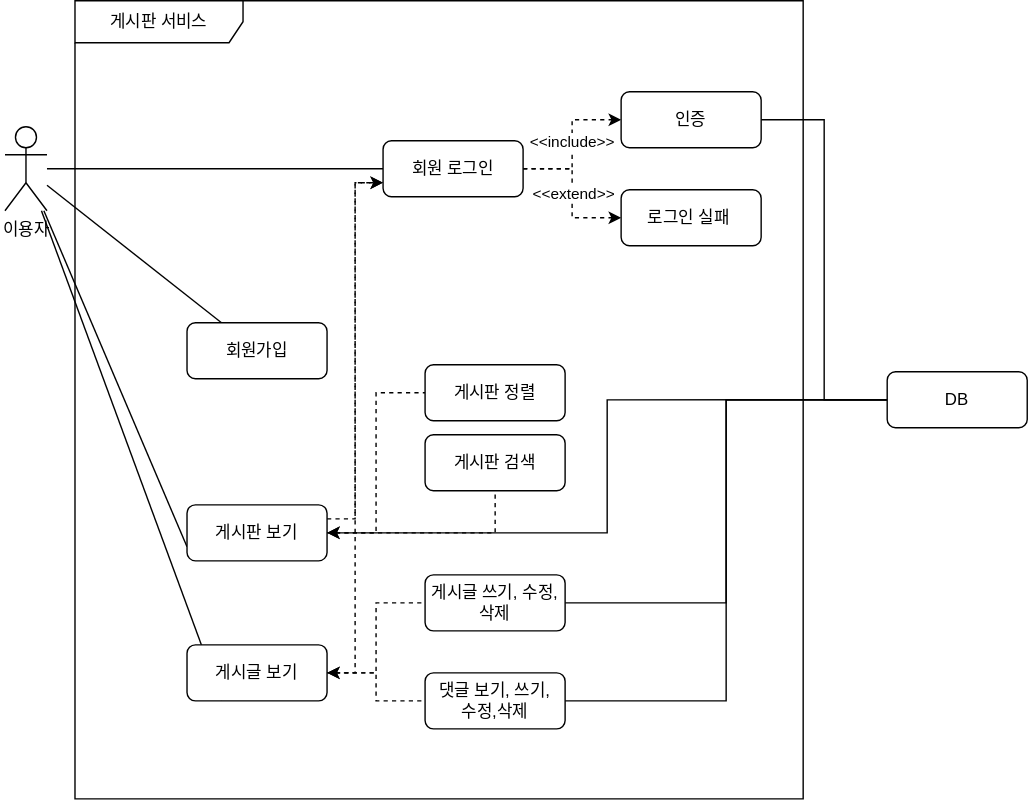
Above: documents/use_case.drawio.svg in Yangrangrang/spring-workspace (draw.io), before the change. Source tidied: cells renumbered, new cells last; positions are measured from the earlier drawing's top-left corner, leaving out a move shared by most shapes.
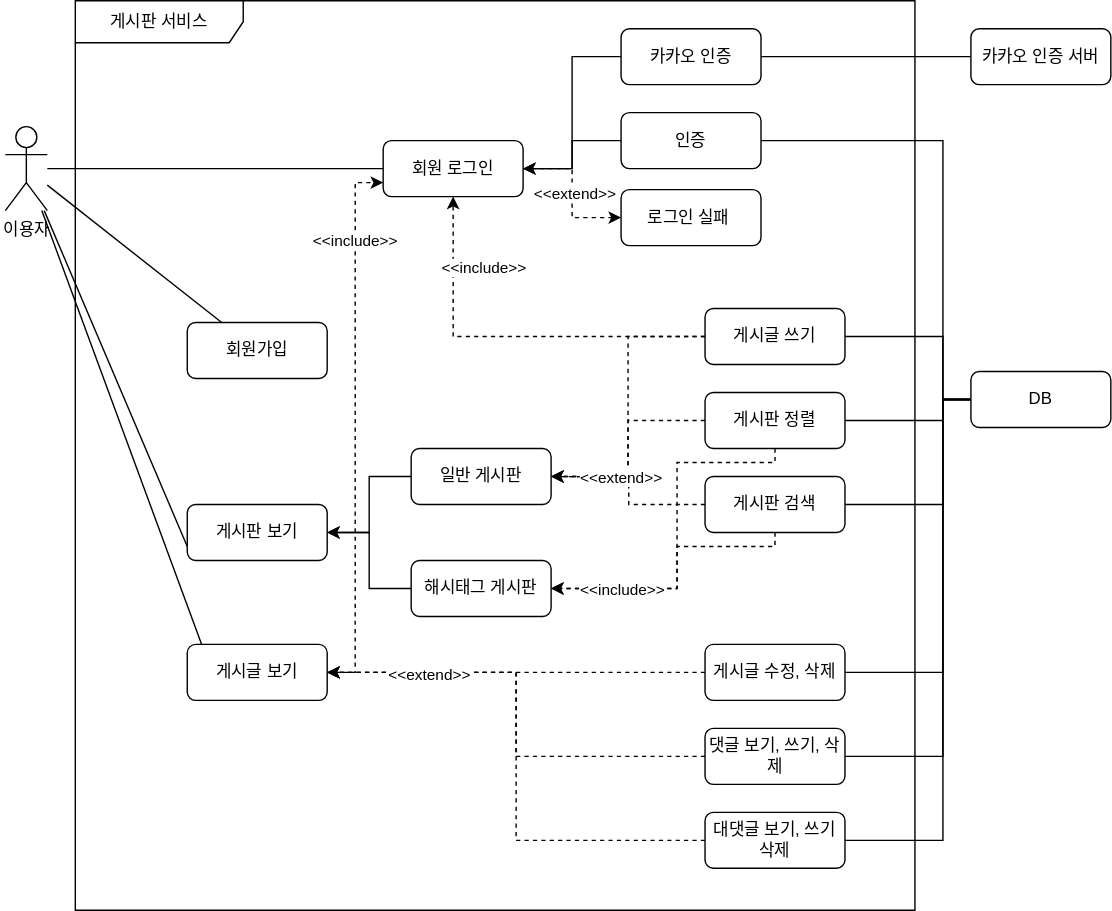
The same diagram one commit later.

Commit message:
#60 - use-case.svg: 카카오 인증 유즈 케이스 추가 (대댓글은 미리 표현하였음)

The edit, as a diff of the source:
```diff
@@ -18,37 +18,14 @@
       <mxGeometry y="90" width="30" height="60" as="geometry" />
     </mxCell>
     <mxCell id="7" value="&lt;font style=&quot;font-size: 12px;&quot;&gt;게시판 서비스&lt;/font&gt;" style="shape=umlFrame;whiteSpace=wrap;html=1;width=120;height=30;" parent="1" vertex="1">
-      <mxGeometry x="50" width="520" height="570" as="geometry" />
+      <mxGeometry x="50" width="600" height="650" as="geometry" />
     </mxCell>
     <mxCell id="8" value="회원가입" style="rounded=1;whiteSpace=wrap;html=1;" parent="1" vertex="1">
       <mxGeometry x="130" y="230" width="100" height="40" as="geometry" />
     </mxCell>
-    <mxCell id="9" style="edgeStyle=orthogonalEdgeStyle;rounded=0;jettySize=auto;html=1;entryX=0;entryY=0.5;entryDx=0;entryDy=0;endArrow=none;endFill=0;dashed=1;startArrow=classic;startFill=1;" parent="1" edge="1" source="13" target="23">
-      <mxGeometry relative="1" as="geometry" />
-    </mxCell>
-    <mxCell id="10" style="edgeStyle=orthogonalEdgeStyle;rounded=0;jettySize=auto;html=1;dashed=1;endArrow=none;endFill=0;startArrow=classic;startFill=1;" parent="1" edge="1" source="13" target="24">
-      <mxGeometry relative="1" as="geometry" />
-    </mxCell>
-    <mxCell id="11" style="edgeStyle=orthogonalEdgeStyle;rounded=0;jettySize=auto;html=1;dashed=1;" parent="1" edge="1" source="13" target="22">
-      <mxGeometry relative="1" as="geometry">
-        <Array as="points">
-          <mxPoint x="250" y="370" />
-          <mxPoint x="250" y="130" />
-        </Array>
-      </mxGeometry>
-    </mxCell>
-    <mxCell id="12" style="edgeStyle=orthogonalEdgeStyle;rounded=0;jettySize=auto;html=1;entryX=0;entryY=0.5;entryDx=0;entryDy=0;endArrow=none;endFill=0;" parent="1" edge="1" source="13" target="32">
-      <mxGeometry relative="1" as="geometry" />
-    </mxCell>
     <mxCell id="13" value="게시판 보기" style="rounded=1;whiteSpace=wrap;html=1;" parent="1" vertex="1">
       <mxGeometry x="130" y="360" width="100" height="40" as="geometry" />
     </mxCell>
-    <mxCell id="14" style="edgeStyle=orthogonalEdgeStyle;rounded=0;jettySize=auto;html=1;entryX=0;entryY=0.5;entryDx=0;entryDy=0;endArrow=none;endFill=0;dashed=1;startArrow=classic;startFill=1;" parent="1" edge="1" source="17" target="26">
-      <mxGeometry relative="1" as="geometry" />
-    </mxCell>
-    <mxCell id="15" style="edgeStyle=orthogonalEdgeStyle;rounded=0;jettySize=auto;html=1;endArrow=none;endFill=0;dashed=1;startArrow=classic;startFill=1;" parent="1" edge="1" source="17" target="28">
-      <mxGeometry relative="1" as="geometry" />
-    </mxCell>
     <mxCell id="16" style="edgeStyle=orthogonalEdgeStyle;rounded=0;jettySize=auto;html=1;dashed=1;" parent="1" edge="1" source="17" target="22">
       <mxGeometry relative="1" as="geometry">
         <Array as="points">
@@ -57,15 +34,17 @@
         </Array>
       </mxGeometry>
     </mxCell>
+    <mxCell id="33" value="&amp;lt;&amp;lt;include&amp;gt;&amp;gt;" style="edgeLabel;html=1;align=center;verticalAlign=middle;" parent="16" vertex="1">
+      <mxGeometry x="0.14" y="1" relative="1" as="geometry">
+        <mxPoint y="-107" as="offset" />
+      </mxGeometry>
+    </mxCell>
     <mxCell id="17" value="게시글 보기" style="rounded=1;whiteSpace=wrap;html=1;" parent="1" vertex="1">
       <mxGeometry x="130" y="460" width="100" height="40" as="geometry" />
     </mxCell>
-    <mxCell id="18" style="edgeStyle=orthogonalEdgeStyle;rounded=0;jettySize=auto;html=1;dashed=1;" parent="1" edge="1" source="22" target="30">
+    <mxCell id="18" style="edgeStyle=orthogonalEdgeStyle;rounded=0;jettySize=auto;html=1;startArrow=classic;startFill=1;endArrow=none;endFill=0;" parent="1" edge="1" source="22" target="30">
       <mxGeometry relative="1" as="geometry" />
     </mxCell>
-    <mxCell id="19" value="&amp;lt;&amp;lt;include&amp;gt;&amp;gt;" style="edgeLabel;html=1;align=center;verticalAlign=middle;" parent="18" vertex="1">
-      <mxGeometry x="0.04" relative="1" as="geometry" />
-    </mxCell>
     <mxCell id="20" style="edgeStyle=orthogonalEdgeStyle;rounded=0;jettySize=auto;html=1;dashed=1;" parent="1" edge="1" source="22" target="31">
       <mxGeometry relative="1" as="geometry" />
     </mxCell>
@@ -75,35 +54,172 @@
     <mxCell id="22" value="회원 로그인" style="rounded=1;whiteSpace=wrap;html=1;" parent="1" vertex="1">
       <mxGeometry x="270" y="100" width="100" height="40" as="geometry" />
     </mxCell>
-    <mxCell id="23" value="게시판 정렬" style="rounded=1;whiteSpace=wrap;html=1;" parent="1" vertex="1">
-      <mxGeometry x="300" y="260" width="100" height="40" as="geometry" />
-    </mxCell>
-    <mxCell id="24" value="게시판 검색" style="rounded=1;whiteSpace=wrap;html=1;" parent="1" vertex="1">
-      <mxGeometry x="300" y="310" width="100" height="40" as="geometry" />
-    </mxCell>
-    <mxCell id="25" style="edgeStyle=orthogonalEdgeStyle;rounded=0;jettySize=auto;html=1;entryX=0;entryY=0.5;entryDx=0;entryDy=0;endArrow=none;endFill=0;" parent="1" edge="1" source="26" target="32">
-      <mxGeometry relative="1" as="geometry" />
-    </mxCell>
-    <mxCell id="26" value="게시글 쓰기, 수정, 삭제" style="rounded=1;whiteSpace=wrap;html=1;" parent="1" vertex="1">
-      <mxGeometry x="300" y="410" width="100" height="40" as="geometry" />
-    </mxCell>
-    <mxCell id="27" style="edgeStyle=orthogonalEdgeStyle;rounded=0;jettySize=auto;html=1;entryX=0;entryY=0.5;entryDx=0;entryDy=0;endArrow=none;endFill=0;" parent="1" edge="1" source="28" target="32">
-      <mxGeometry relative="1" as="geometry" />
-    </mxCell>
-    <mxCell id="28" value="댓글 보기, 쓰기,&lt;br&gt;수정,삭제" style="rounded=1;whiteSpace=wrap;html=1;" parent="1" vertex="1">
-      <mxGeometry x="300" y="480" width="100" height="40" as="geometry" />
-    </mxCell>
     <mxCell id="29" style="edgeStyle=orthogonalEdgeStyle;rounded=0;jettySize=auto;html=1;entryX=0;entryY=0.5;entryDx=0;entryDy=0;endArrow=none;endFill=0;" parent="1" edge="1" source="30" target="32">
-      <mxGeometry relative="1" as="geometry" />
+      <mxGeometry relative="1" as="geometry">
+        <Array as="points">
+          <mxPoint x="670" y="100" />
+          <mxPoint x="670" y="285" />
+        </Array>
+      </mxGeometry>
     </mxCell>
     <mxCell id="30" value="인증" style="rounded=1;whiteSpace=wrap;html=1;" parent="1" vertex="1">
-      <mxGeometry x="440" y="65" width="100" height="40" as="geometry" />
+      <mxGeometry x="440" y="80" width="100" height="40" as="geometry" />
     </mxCell>
     <mxCell id="31" value="로그인 실패&amp;nbsp;" style="rounded=1;whiteSpace=wrap;html=1;" parent="1" vertex="1">
       <mxGeometry x="440" y="135" width="100" height="40" as="geometry" />
     </mxCell>
     <mxCell id="32" value="DB" style="rounded=1;whiteSpace=wrap;html=1;" parent="1" vertex="1">
-      <mxGeometry x="630" y="265" width="100" height="40" as="geometry" />
+      <mxGeometry x="690" y="265" width="100" height="40" as="geometry" />
     </mxCell>
+    <mxCell id="34" style="edgeStyle=orthogonalEdgeStyle;rounded=0;jettySize=auto;html=1;entryX=1;entryY=0.5;entryDx=0;entryDy=0;" parent="1" edge="1" source="35" target="22">
+      <mxGeometry relative="1" as="geometry" />
+    </mxCell>
+    <mxCell id="35" value="카카오 인증" style="rounded=1;whiteSpace=wrap;html=1;" parent="1" vertex="1">
+      <mxGeometry x="440" y="20" width="100" height="40" as="geometry" />
+    </mxCell>
+    <mxCell id="36" style="edgeStyle=orthogonalEdgeStyle;rounded=0;jettySize=auto;html=1;endArrow=none;endFill=0;" parent="1" edge="1" source="37" target="35">
+      <mxGeometry relative="1" as="geometry" />
+    </mxCell>
+    <mxCell id="37" value="카카오 인증 서버" style="rounded=1;whiteSpace=wrap;html=1;" parent="1" vertex="1">
+      <mxGeometry x="690" y="20" width="100" height="40" as="geometry" />
+    </mxCell>
+    <mxCell id="38" style="edgeStyle=orthogonalEdgeStyle;rounded=0;jettySize=auto;html=1;entryX=1;entryY=0.5;entryDx=0;entryDy=0;" parent="1" edge="1" source="39" target="13">
+      <mxGeometry relative="1" as="geometry" />
+    </mxCell>
+    <mxCell id="39" value="일반 게시판" style="rounded=1;whiteSpace=wrap;html=1;" parent="1" vertex="1">
+      <mxGeometry x="290" y="320" width="100" height="40" as="geometry" />
+    </mxCell>
+    <mxCell id="40" style="edgeStyle=orthogonalEdgeStyle;rounded=0;jettySize=auto;html=1;entryX=1;entryY=0.5;entryDx=0;entryDy=0;" parent="1" edge="1" source="41" target="13">
+      <mxGeometry relative="1" as="geometry" />
+    </mxCell>
+    <mxCell id="41" value="해시태그 게시판" style="rounded=1;whiteSpace=wrap;html=1;" parent="1" vertex="1">
+      <mxGeometry x="290" y="400" width="100" height="40" as="geometry" />
+    </mxCell>
+    <mxCell id="42" style="edgeStyle=orthogonalEdgeStyle;rounded=0;jettySize=auto;html=1;entryX=0.5;entryY=1;entryDx=0;entryDy=0;dashed=1;" parent="1" edge="1" source="46" target="22">
+      <mxGeometry relative="1" as="geometry" />
+    </mxCell>
+    <mxCell id="43" value="&amp;lt;&amp;lt;include&amp;gt;&amp;gt;" style="edgeLabel;html=1;align=center;verticalAlign=middle;" parent="42" vertex="1">
+      <mxGeometry x="-0.08" y="2" relative="1" as="geometry">
+        <mxPoint x="-30" y="-52" as="offset" />
+      </mxGeometry>
+    </mxCell>
+    <mxCell id="44" style="edgeStyle=orthogonalEdgeStyle;rounded=0;jettySize=auto;html=1;entryX=1;entryY=0.5;entryDx=0;entryDy=0;dashed=1;" parent="1" edge="1" source="46" target="39">
+      <mxGeometry relative="1" as="geometry" />
+    </mxCell>
+    <mxCell id="45" style="edgeStyle=orthogonalEdgeStyle;rounded=0;jettySize=auto;html=1;entryX=0;entryY=0.5;entryDx=0;entryDy=0;endArrow=none;endFill=0;" parent="1" edge="1" source="46" target="32">
+      <mxGeometry relative="1" as="geometry">
+        <Array as="points">
+          <mxPoint x="670" y="240" />
+          <mxPoint x="670" y="285" />
+        </Array>
+      </mxGeometry>
+    </mxCell>
+    <mxCell id="46" value="게시글 쓰기" style="rounded=1;whiteSpace=wrap;html=1;" parent="1" vertex="1">
+      <mxGeometry x="500" y="220" width="100" height="40" as="geometry" />
+    </mxCell>
+    <mxCell id="47" style="edgeStyle=orthogonalEdgeStyle;rounded=0;jettySize=auto;html=1;entryX=1;entryY=0.5;entryDx=0;entryDy=0;dashed=1;" parent="1" edge="1" source="23" target="39">
+      <mxGeometry relative="1" as="geometry" />
+    </mxCell>
+    <mxCell id="48" style="edgeStyle=orthogonalEdgeStyle;rounded=0;jettySize=auto;html=1;exitX=0.5;exitY=1;exitDx=0;exitDy=0;dashed=1;" parent="1" edge="1" source="23">
+      <mxGeometry relative="1" as="geometry">
+        <mxPoint x="390" y="420" as="targetPoint" />
+        <Array as="points">
+          <mxPoint x="550" y="330" />
+          <mxPoint x="480" y="330" />
+          <mxPoint x="480" y="420" />
+        </Array>
+      </mxGeometry>
+    </mxCell>
+    <mxCell id="49" style="edgeStyle=orthogonalEdgeStyle;rounded=0;jettySize=auto;html=1;endArrow=none;endFill=0;" parent="1" edge="1" source="23" target="32">
+      <mxGeometry relative="1" as="geometry">
+        <Array as="points">
+          <mxPoint x="670" y="300" />
+          <mxPoint x="670" y="285" />
+        </Array>
+      </mxGeometry>
+    </mxCell>
+    <mxCell id="23" value="게시판 정렬" style="rounded=1;whiteSpace=wrap;html=1;" parent="1" vertex="1">
+      <mxGeometry x="500" y="280" width="100" height="40" as="geometry" />
+    </mxCell>
+    <mxCell id="50" style="edgeStyle=orthogonalEdgeStyle;rounded=0;jettySize=auto;html=1;dashed=1;" parent="1" edge="1" source="24">
+      <mxGeometry relative="1" as="geometry">
+        <mxPoint x="390" y="340" as="targetPoint" />
+      </mxGeometry>
+    </mxCell>
+    <mxCell id="51" value="&amp;lt;&amp;lt;extend&amp;gt;&amp;gt;" style="edgeLabel;html=1;align=center;verticalAlign=middle;" parent="50" vertex="1">
+      <mxGeometry x="0.59" y="-1" relative="1" as="geometry">
+        <mxPoint x="23" y="1" as="offset" />
+      </mxGeometry>
+    </mxCell>
+    <mxCell id="52" style="edgeStyle=orthogonalEdgeStyle;rounded=0;jettySize=auto;html=1;entryX=1;entryY=0.5;entryDx=0;entryDy=0;exitX=0.5;exitY=1;exitDx=0;exitDy=0;dashed=1;" parent="1" edge="1" source="24" target="41">
+      <mxGeometry relative="1" as="geometry">
+        <Array as="points">
+          <mxPoint x="550" y="390" />
+          <mxPoint x="480" y="390" />
+          <mxPoint x="480" y="420" />
+        </Array>
+      </mxGeometry>
+    </mxCell>
+    <mxCell id="53" value="&amp;lt;&amp;lt;include&amp;gt;&amp;gt;" style="edgeLabel;html=1;align=center;verticalAlign=middle;" parent="52" vertex="1">
+      <mxGeometry x="0.43" y="1" relative="1" as="geometry">
+        <mxPoint x="-7" y="-1" as="offset" />
+      </mxGeometry>
+    </mxCell>
+    <mxCell id="54" style="edgeStyle=orthogonalEdgeStyle;rounded=0;jettySize=auto;html=1;entryX=0;entryY=0.5;entryDx=0;entryDy=0;endArrow=none;endFill=0;" parent="1" edge="1" source="24" target="32">
+      <mxGeometry relative="1" as="geometry">
+        <Array as="points">
+          <mxPoint x="670" y="360" />
+          <mxPoint x="670" y="285" />
+        </Array>
+      </mxGeometry>
+    </mxCell>
+    <mxCell id="24" value="게시판 검색" style="rounded=1;whiteSpace=wrap;html=1;" parent="1" vertex="1">
+      <mxGeometry x="500" y="340" width="100" height="40" as="geometry" />
+    </mxCell>
+    <mxCell id="55" style="edgeStyle=orthogonalEdgeStyle;rounded=0;jettySize=auto;html=1;dashed=1;" parent="1" edge="1" source="57" target="17">
+      <mxGeometry relative="1" as="geometry" />
+    </mxCell>
+    <mxCell id="56" style="edgeStyle=orthogonalEdgeStyle;rounded=0;jettySize=auto;html=1;entryX=0;entryY=0.5;entryDx=0;entryDy=0;endArrow=none;endFill=0;" parent="1" edge="1" source="57" target="32">
+      <mxGeometry relative="1" as="geometry">
+        <Array as="points">
+          <mxPoint x="670" y="480" />
+          <mxPoint x="670" y="285" />
+        </Array>
+      </mxGeometry>
+    </mxCell>
+    <mxCell id="57" value="게시글 수정, 삭제" style="rounded=1;whiteSpace=wrap;html=1;" parent="1" vertex="1">
+      <mxGeometry x="500" y="460" width="100" height="40" as="geometry" />
+    </mxCell>
+    <mxCell id="58" style="edgeStyle=orthogonalEdgeStyle;rounded=0;jettySize=auto;html=1;entryX=1;entryY=0.5;entryDx=0;entryDy=0;dashed=1;" parent="1" edge="1" source="60" target="17">
+      <mxGeometry relative="1" as="geometry" />
+    </mxCell>
+    <mxCell id="59" style="edgeStyle=orthogonalEdgeStyle;rounded=0;jettySize=auto;html=1;entryX=0;entryY=0.5;entryDx=0;entryDy=0;endArrow=none;endFill=0;" parent="1" edge="1" source="60" target="32">
+      <mxGeometry relative="1" as="geometry">
+        <Array as="points">
+          <mxPoint x="670" y="540" />
+          <mxPoint x="670" y="285" />
+        </Array>
+      </mxGeometry>
+    </mxCell>
+    <mxCell id="60" value="댓글 보기, 쓰기, 삭제" style="rounded=1;whiteSpace=wrap;html=1;" parent="1" vertex="1">
+      <mxGeometry x="500" y="520" width="100" height="40" as="geometry" />
+    </mxCell>
+    <mxCell id="61" style="edgeStyle=orthogonalEdgeStyle;rounded=0;jettySize=auto;html=1;entryX=1;entryY=0.5;entryDx=0;entryDy=0;dashed=1;" parent="1" edge="1" source="64" target="17">
+      <mxGeometry relative="1" as="geometry" />
+    </mxCell>
+    <mxCell id="62" value="&amp;lt;&amp;lt;extend&amp;gt;&amp;gt;" style="edgeLabel;html=1;align=center;verticalAlign=middle;" parent="61" vertex="1">
+      <mxGeometry x="0.63" y="1" relative="1" as="geometry" />
+    </mxCell>
+    <mxCell id="63" style="edgeStyle=orthogonalEdgeStyle;rounded=0;jettySize=auto;html=1;entryX=0;entryY=0.5;entryDx=0;entryDy=0;endArrow=none;endFill=0;" parent="1" edge="1" source="64" target="32">
+      <mxGeometry relative="1" as="geometry">
+        <Array as="points">
+          <mxPoint x="670" y="600" />
+          <mxPoint x="670" y="285" />
+        </Array>
+      </mxGeometry>
+    </mxCell>
+    <mxCell id="64" value="대댓글 보기, 쓰기&lt;div&gt;삭제&lt;/div&gt;" style="rounded=1;whiteSpace=wrap;html=1;" parent="1" vertex="1">
+      <mxGeometry x="500" y="580" width="100" height="40" as="geometry" />
+    </mxCell>
   </root>
 </mxGraphModel>
```
